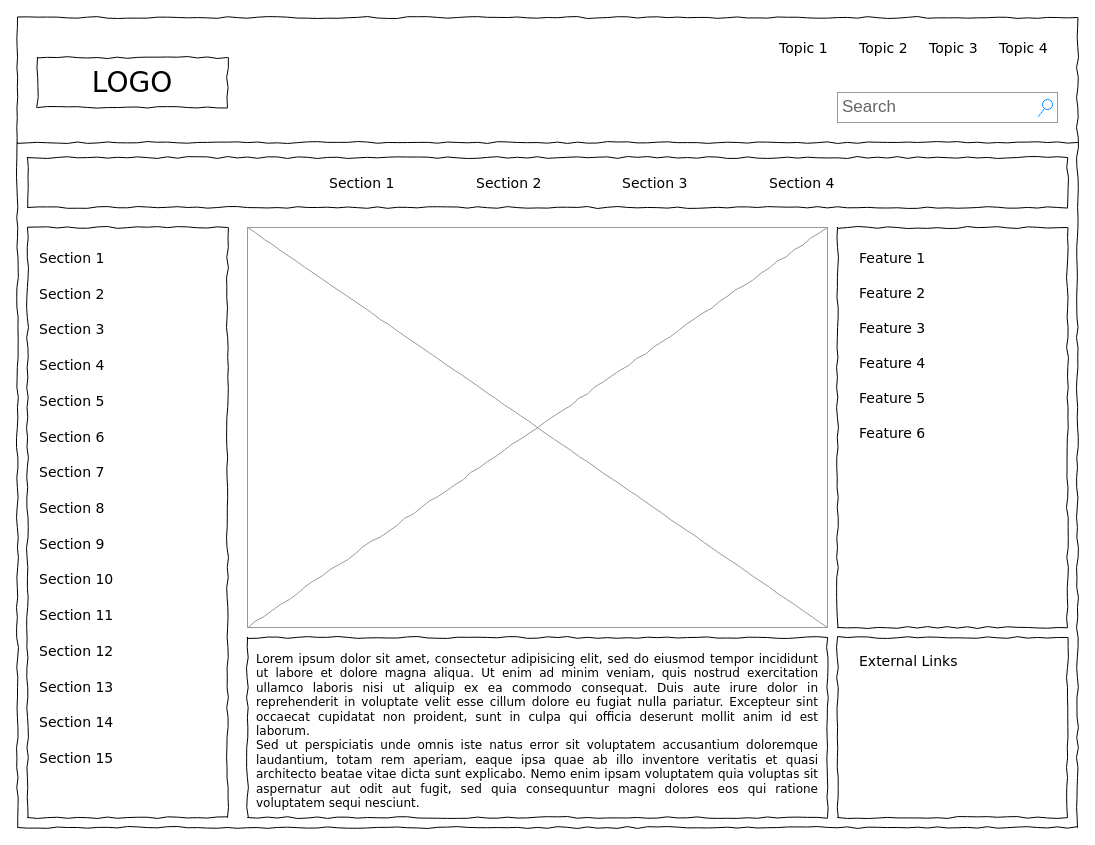
Before: Untitled Diagram.drawio in SolarianVulpine/dnd-funds-tracker, a draw.io diagram. Source tidied: cells renumbered, new cells numbered last; positions are measured from the earlier drawing's top-left corner, leaving out a move shared by most shapes. Both pictures are drawn from the tidied source at 100%, with x=0, y=0 at pixel (17, 17).
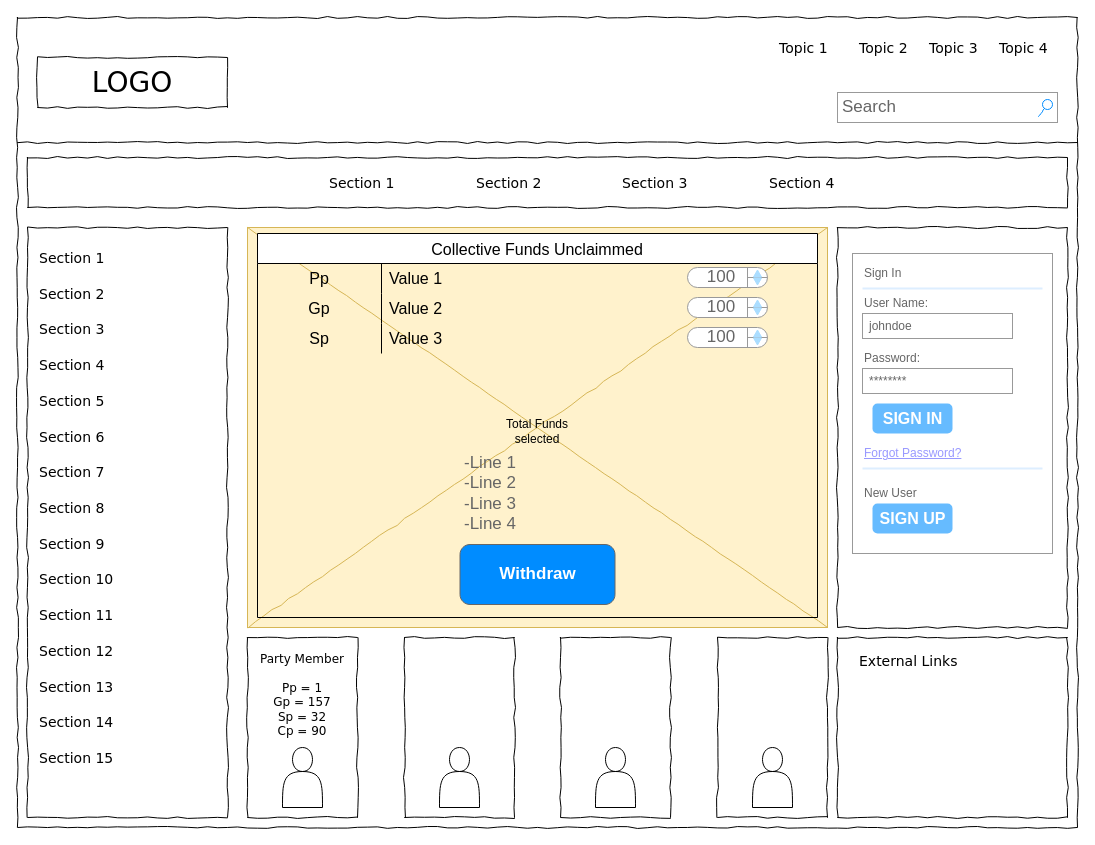
After the change.

The edit, as a diff of the source:
```diff
@@
-    <mxCell id="16" value="&lt;div style=&quot;text-align: justify&quot;&gt;&lt;span&gt;Lorem ipsum dolor sit amet, consectetur adipisicing elit, sed do eiusmod tempor incididunt ut labore et dolore magna aliqua. Ut enim ad minim veniam, quis nostrud exercitation ullamco laboris nisi ut aliquip ex ea commodo consequat. Duis aute irure dolor in reprehenderit in voluptate velit esse cillum dolore eu fugiat nulla pariatur. Excepteur sint occaecat cupidatat non proident, sunt in culpa qui officia deserunt mollit anim id est laborum.&lt;/span&gt;&lt;/div&gt;&lt;div style=&quot;text-align: justify&quot;&gt;&lt;span&gt;Sed ut perspiciatis unde omnis iste natus error sit voluptatem accusantium doloremque laudantium, totam rem aperiam, eaque ipsa quae ab illo inventore veritatis et quasi architecto beatae vitae dicta sunt explicabo. Nemo enim ipsam voluptatem quia voluptas sit aspernatur aut odit aut fugit, sed quia consequuntur magni dolores eos qui ratione voluptatem sequi nesciunt.&amp;nbsp;&lt;/span&gt;&lt;/div&gt;" style="whiteSpace=wrap;html=1;rounded=0;shadow=0;labelBackgroundColor=none;strokeWidth=1;fillColor=none;fontFamily=Verdana;fontSize=12;align=center;verticalAlign=top;spacing=10;comic=1;" parent="1" vertex="1">
-      <mxGeometry x="230" y="620" width="580" height="180" as="geometry" />
-    </mxCell>
-    <mxCell id="17" style="verticalLabelPosition=bottom;shadow=0;dashed=0;align=center;html=1;verticalAlign=top;strokeWidth=1;shape=mxgraph.mockup.graphics.simpleIcon;strokeColor=#999999;rounded=0;labelBackgroundColor=none;fontFamily=Verdana;fontSize=14;fontColor=#000000;comic=1;" parent="1" vertex="1">
+    <mxCell id="17" style="verticalLabelPosition=bottom;shadow=0;dashed=0;align=center;html=1;verticalAlign=top;strokeWidth=1;shape=mxgraph.mockup.graphics.simpleIcon;strokeColor=#d6b656;rounded=0;labelBackgroundColor=none;fontFamily=Verdana;fontSize=14;comic=1;fillColor=#fff2cc;" parent="1" vertex="1">
       <mxGeometry x="230" y="210" width="580" height="400" as="geometry" />
     </mxCell>
@@
-    <mxCell id="36" value="Feature 1" style="text;html=1;align=left;verticalAlign=top;spacingTop=-4;fontSize=14;fontFamily=Verdana;" parent="1" vertex="1">
-      <mxGeometry x="840" y="230" width="170" height="20" as="geometry" />
-    </mxCell>
-    <mxCell id="37" value="Feature 2" style="text;html=1;align=left;verticalAlign=top;spacingTop=-4;fontSize=14;fontFamily=Verdana;" parent="1" vertex="1">
-      <mxGeometry x="840" y="265" width="170" height="20" as="geometry" />
-    </mxCell>
-    <mxCell id="38" value="Feature 3" style="text;html=1;align=left;verticalAlign=top;spacingTop=-4;fontSize=14;fontFamily=Verdana;" parent="1" vertex="1">
-      <mxGeometry x="840" y="300" width="170" height="20" as="geometry" />
-    </mxCell>
-    <mxCell id="39" value="Feature 4" style="text;html=1;align=left;verticalAlign=top;spacingTop=-4;fontSize=14;fontFamily=Verdana;" parent="1" vertex="1">
-      <mxGeometry x="840" y="335" width="170" height="20" as="geometry" />
-    </mxCell>
-    <mxCell id="40" value="Feature 5" style="text;html=1;align=left;verticalAlign=top;spacingTop=-4;fontSize=14;fontFamily=Verdana;" parent="1" vertex="1">
-      <mxGeometry x="840" y="370" width="170" height="20" as="geometry" />
-    </mxCell>
-    <mxCell id="41" value="Feature 6" style="text;html=1;align=left;verticalAlign=top;spacingTop=-4;fontSize=14;fontFamily=Verdana;" parent="1" vertex="1">
-      <mxGeometry x="840" y="405" width="170" height="20" as="geometry" />
-    </mxCell>
+    <mxCell id="42" style="group;" parent="1" vertex="1">
+      <mxGeometry x="700" y="620" width="110" height="180" as="geometry" />
+    </mxCell>
+    <mxCell id="43" style="whiteSpace=wrap;html=1;rounded=0;shadow=0;labelBackgroundColor=none;strokeWidth=1;fillColor=none;fontFamily=Verdana;fontSize=12;align=center;verticalAlign=top;spacing=10;comic=1;" parent="42" vertex="1">
+      <mxGeometry width="110" height="180" as="geometry" />
+    </mxCell>
+    <mxCell id="44" style="shape=actor;whiteSpace=wrap;html=1;" parent="42" vertex="1">
+      <mxGeometry x="35" y="110" width="40" height="60" as="geometry" />
+    </mxCell>
+    <mxCell id="45" style="group;" parent="1" vertex="1">
+      <mxGeometry x="543" y="620" width="110" height="180" as="geometry" />
+    </mxCell>
+    <mxCell id="46" style="whiteSpace=wrap;html=1;rounded=0;shadow=0;labelBackgroundColor=none;strokeWidth=1;fillColor=none;fontFamily=Verdana;fontSize=12;align=center;verticalAlign=top;spacing=10;comic=1;" parent="45" vertex="1">
+      <mxGeometry width="110" height="180" as="geometry" />
+    </mxCell>
+    <mxCell id="47" style="shape=actor;whiteSpace=wrap;html=1;" parent="45" vertex="1">
+      <mxGeometry x="35" y="110" width="40" height="60" as="geometry" />
+    </mxCell>
+    <mxCell id="48" style="group;" parent="1" vertex="1">
+      <mxGeometry x="387" y="620" width="110" height="180" as="geometry" />
+    </mxCell>
+    <mxCell id="49" style="whiteSpace=wrap;html=1;rounded=0;shadow=0;labelBackgroundColor=none;strokeWidth=1;fillColor=none;fontFamily=Verdana;fontSize=12;align=center;verticalAlign=top;spacing=10;comic=1;" parent="48" vertex="1">
+      <mxGeometry width="110" height="180" as="geometry" />
+    </mxCell>
+    <mxCell id="50" style="shape=actor;whiteSpace=wrap;html=1;" parent="48" vertex="1">
+      <mxGeometry x="35" y="110" width="40" height="60" as="geometry" />
+    </mxCell>
+    <mxCell id="51" style="group;" parent="1" vertex="1">
+      <mxGeometry x="230" y="620" width="110" height="180" as="geometry" />
+    </mxCell>
+    <mxCell id="16" value="&lt;div&gt;Party Member&lt;/div&gt;&lt;div&gt;&lt;br&gt;&lt;/div&gt;&lt;div&gt;Pp = 1&lt;/div&gt;&lt;div&gt;Gp = 157&lt;/div&gt;&lt;div&gt;Sp = 32&lt;/div&gt;&lt;div&gt;Cp = 90&lt;/div&gt;" style="whiteSpace=wrap;html=1;rounded=0;shadow=0;labelBackgroundColor=none;strokeWidth=1;fillColor=none;fontFamily=Verdana;fontSize=12;align=center;verticalAlign=top;spacing=10;comic=1;" parent="51" vertex="1">
+      <mxGeometry width="110" height="180" as="geometry" />
+    </mxCell>
+    <mxCell id="52" style="shape=actor;whiteSpace=wrap;html=1;" parent="51" vertex="1">
+      <mxGeometry x="35" y="110" width="40" height="60" as="geometry" />
+    </mxCell>
+    <mxCell id="53" value="Collective Funds Unclaimmed" style="shape=table;startSize=30;childLayout=tableLayout;rowLines=0;fontStyle=0;strokeColor=default;fontSize=16;" parent="1" vertex="1">
+      <mxGeometry x="240" y="216" width="560" height="384" as="geometry" />
+    </mxCell>
+    <mxCell id="54" style="shape=tableRow;horizontal=0;startSize=0;swimlaneHead=0;swimlaneBody=0;top=0;left=0;bottom=0;right=0;fillColor=none;strokeColor=inherit;fontSize=16;" parent="53" vertex="1">
+      <mxGeometry y="30" width="560" height="30" as="geometry" />
+    </mxCell>
+    <mxCell id="55" value="Pp" style="shape=partialRectangle;html=1;whiteSpace=wrap;fillColor=none;top=0;left=0;bottom=0;right=0;overflow=hidden;strokeColor=inherit;fontSize=16;" parent="54" vertex="1">
+      <mxGeometry width="124" height="30" as="geometry" />
+    </mxCell>
+    <mxCell id="56" value="Value 1" style="shape=partialRectangle;html=1;whiteSpace=wrap;fillColor=none;top=0;left=0;bottom=0;right=0;align=left;spacingLeft=6;overflow=hidden;strokeColor=inherit;fontSize=16;" parent="54" vertex="1">
+      <mxGeometry x="124" width="436" height="30" as="geometry" />
+    </mxCell>
+    <mxCell id="57" style="shape=tableRow;horizontal=0;startSize=0;swimlaneHead=0;swimlaneBody=0;top=0;left=0;bottom=0;right=0;fillColor=none;strokeColor=inherit;fontSize=16;" parent="53" vertex="1">
+      <mxGeometry y="60" width="560" height="30" as="geometry" />
+    </mxCell>
+    <mxCell id="58" value="Gp" style="shape=partialRectangle;html=1;whiteSpace=wrap;fillColor=none;top=0;left=0;bottom=0;right=0;overflow=hidden;strokeColor=inherit;fontSize=16;" parent="57" vertex="1">
+      <mxGeometry width="124" height="30" as="geometry" />
+    </mxCell>
+    <mxCell id="59" value="Value 2" style="shape=partialRectangle;html=1;whiteSpace=wrap;fillColor=none;top=0;left=0;bottom=0;right=0;align=left;spacingLeft=6;overflow=hidden;strokeColor=inherit;fontSize=16;" parent="57" vertex="1">
+      <mxGeometry x="124" width="436" height="30" as="geometry" />
+    </mxCell>
+    <mxCell id="60" style="shape=tableRow;horizontal=0;startSize=0;swimlaneHead=0;swimlaneBody=0;top=0;left=0;bottom=0;right=0;fillColor=none;strokeColor=inherit;fontSize=16;" parent="53" vertex="1">
+      <mxGeometry y="90" width="560" height="30" as="geometry" />
+    </mxCell>
+    <mxCell id="61" value="Sp" style="shape=partialRectangle;html=1;whiteSpace=wrap;fillColor=none;top=0;left=0;bottom=0;right=0;overflow=hidden;strokeColor=inherit;fontSize=16;" parent="60" vertex="1">
+      <mxGeometry width="124" height="30" as="geometry" />
+    </mxCell>
+    <mxCell id="62" value="Value 3" style="shape=partialRectangle;html=1;whiteSpace=wrap;fillColor=none;top=0;left=0;bottom=0;right=0;align=left;spacingLeft=6;overflow=hidden;strokeColor=inherit;fontSize=16;" parent="60" vertex="1">
+      <mxGeometry x="124" width="436" height="30" as="geometry" />
+    </mxCell>
+    <mxCell id="63" value="&lt;table cellpadding=&quot;0&quot; cellspacing=&quot;0&quot; style=&quot;width:100%;height:100%;&quot;&gt;&lt;tr&gt;&lt;td style=&quot;width:85%&quot;&gt;100&lt;/td&gt;&lt;td style=&quot;width:15%&quot;&gt;&lt;/td&gt;&lt;/tr&gt;&lt;/table&gt;" style="strokeWidth=1;shadow=0;dashed=0;align=center;html=1;shape=mxgraph.mockup.forms.spinner;strokeColor=#999999;spinLayout=right;spinStyle=normal;adjStyle=triangle;fillColor=#aaddff;fontSize=17;fontColor=#666666;mainText=;html=1;overflow=fill;" parent="1" vertex="1">
+      <mxGeometry x="670" y="250" width="80" height="20" as="geometry" />
+    </mxCell>
+    <mxCell id="64" value="&lt;table cellpadding=&quot;0&quot; cellspacing=&quot;0&quot; style=&quot;width:100%;height:100%;&quot;&gt;&lt;tr&gt;&lt;td style=&quot;width:85%&quot;&gt;100&lt;/td&gt;&lt;td style=&quot;width:15%&quot;&gt;&lt;/td&gt;&lt;/tr&gt;&lt;/table&gt;" style="strokeWidth=1;shadow=0;dashed=0;align=center;html=1;shape=mxgraph.mockup.forms.spinner;strokeColor=#999999;spinLayout=right;spinStyle=normal;adjStyle=triangle;fillColor=#aaddff;fontSize=17;fontColor=#666666;mainText=;html=1;overflow=fill;" parent="1" vertex="1">
+      <mxGeometry x="670" y="280" width="80" height="20" as="geometry" />
+    </mxCell>
+    <mxCell id="65" value="&lt;table cellpadding=&quot;0&quot; cellspacing=&quot;0&quot; style=&quot;width:100%;height:100%;&quot;&gt;&lt;tr&gt;&lt;td style=&quot;width:85%&quot;&gt;100&lt;/td&gt;&lt;td style=&quot;width:15%&quot;&gt;&lt;/td&gt;&lt;/tr&gt;&lt;/table&gt;" style="strokeWidth=1;shadow=0;dashed=0;align=center;html=1;shape=mxgraph.mockup.forms.spinner;strokeColor=#999999;spinLayout=right;spinStyle=normal;adjStyle=triangle;fillColor=#aaddff;fontSize=17;fontColor=#666666;mainText=;html=1;overflow=fill;" parent="1" vertex="1">
+      <mxGeometry x="670" y="310" width="80" height="20" as="geometry" />
+    </mxCell>
+    <mxCell id="66" value="Withdraw" style="strokeWidth=1;shadow=0;dashed=0;align=center;html=1;shape=mxgraph.mockup.buttons.button;strokeColor=#666666;fontColor=#ffffff;mainText=;buttonStyle=round;fontSize=17;fontStyle=1;fillColor=#008cff;whiteSpace=wrap;" parent="1" vertex="1">
+      <mxGeometry x="442.5" y="527" width="155" height="60" as="geometry" />
+    </mxCell>
+    <mxCell id="67" value="Total Funds selected" style="text;html=1;whiteSpace=wrap;strokeColor=none;fillColor=none;align=center;verticalAlign=middle;rounded=0;" parent="1" vertex="1">
+      <mxGeometry x="475" y="399" width="90" height="30" as="geometry" />
+    </mxCell>
+    <mxCell id="68" value="-Line 1&#10;-Line 2&#10;-Line 3&#10;-Line 4" style="strokeWidth=1;shadow=0;dashed=0;align=center;html=1;shape=mxgraph.mockup.text.bulletedList;textColor=#666666;mainText=,,,,;textSize=17;bulletStyle=none;strokeColor=none;fillColor=none;align=left;verticalAlign=top;fontSize=17;fontColor=#666666;" parent="1" vertex="1">
+      <mxGeometry x="445" y="429" width="150" height="91" as="geometry" />
+    </mxCell>
+    <mxCell id="69" style="strokeWidth=1;shadow=0;dashed=0;align=center;html=1;shape=mxgraph.mockup.forms.rrect;rSize=0;strokeColor=#999999;fillColor=#ffffff;" parent="1" vertex="1">
+      <mxGeometry x="835" y="236" width="200" height="300" as="geometry" />
+    </mxCell>
+    <mxCell id="70" value="Sign In" style="strokeWidth=1;shadow=0;dashed=0;align=center;html=1;shape=mxgraph.mockup.forms.anchor;fontSize=12;fontColor=#666666;align=left;spacingLeft=0;" parent="69" vertex="1">
+      <mxGeometry width="100" height="20" relative="1" as="geometry">
+        <mxPoint x="10" y="10" as="offset" />
+      </mxGeometry>
+    </mxCell>
+    <mxCell id="71" style="shape=line;strokeColor=#ddeeff;strokeWidth=2;html=1;" parent="69" vertex="1">
+      <mxGeometry width="180" height="10" relative="1" as="geometry">
+        <mxPoint x="10" y="30" as="offset" />
+      </mxGeometry>
+    </mxCell>
+    <mxCell id="72" value="User Name:" style="strokeWidth=1;shadow=0;dashed=0;align=center;html=1;shape=mxgraph.mockup.forms.anchor;fontSize=12;fontColor=#666666;align=left;spacingLeft=0;" parent="69" vertex="1">
+      <mxGeometry width="100" height="20" relative="1" as="geometry">
+        <mxPoint x="10" y="40" as="offset" />
+      </mxGeometry>
+    </mxCell>
+    <mxCell id="73" value="johndoe" style="strokeWidth=1;shadow=0;dashed=0;align=center;html=1;shape=mxgraph.mockup.forms.rrect;rSize=0;strokeColor=#999999;fontColor=#666666;align=left;spacingLeft=5;" parent="69" vertex="1">
+      <mxGeometry width="150" height="25" relative="1" as="geometry">
+        <mxPoint x="10" y="60" as="offset" />
+      </mxGeometry>
+    </mxCell>
+    <mxCell id="74" value="Password:" style="strokeWidth=1;shadow=0;dashed=0;align=center;html=1;shape=mxgraph.mockup.forms.anchor;fontSize=12;fontColor=#666666;align=left;spacingLeft=0;" parent="69" vertex="1">
+      <mxGeometry width="100" height="20" relative="1" as="geometry">
+        <mxPoint x="10" y="95" as="offset" />
+      </mxGeometry>
+    </mxCell>
+    <mxCell id="75" value="********" style="strokeWidth=1;shadow=0;dashed=0;align=center;html=1;shape=mxgraph.mockup.forms.rrect;rSize=0;strokeColor=#999999;fontColor=#666666;align=left;spacingLeft=5;" parent="69" vertex="1">
+      <mxGeometry width="150" height="25" relative="1" as="geometry">
+        <mxPoint x="10" y="115" as="offset" />
+      </mxGeometry>
+    </mxCell>
+    <mxCell id="76" value="SIGN IN" style="strokeWidth=1;shadow=0;dashed=0;align=center;html=1;shape=mxgraph.mockup.forms.rrect;rSize=5;strokeColor=none;fontColor=#ffffff;fillColor=#66bbff;fontSize=16;fontStyle=1;" parent="69" vertex="1">
+      <mxGeometry y="1" width="80" height="30" relative="1" as="geometry">
+        <mxPoint x="20" y="-150" as="offset" />
+      </mxGeometry>
+    </mxCell>
+    <mxCell id="77" value="Forgot Password?" style="strokeWidth=1;shadow=0;dashed=0;align=center;html=1;shape=mxgraph.mockup.forms.anchor;fontSize=12;fontColor=#9999ff;align=left;spacingLeft=0;fontStyle=4;" parent="69" vertex="1">
+      <mxGeometry y="1" width="150" height="20" relative="1" as="geometry">
+        <mxPoint x="10" y="-110" as="offset" />
+      </mxGeometry>
+    </mxCell>
+    <mxCell id="78" style="shape=line;strokeColor=#ddeeff;strokeWidth=2;html=1;" parent="69" vertex="1">
+      <mxGeometry y="1" width="180" height="10" relative="1" as="geometry">
+        <mxPoint x="10" y="-90" as="offset" />
+      </mxGeometry>
+    </mxCell>
+    <mxCell id="79" value="New User" style="strokeWidth=1;shadow=0;dashed=0;align=center;html=1;shape=mxgraph.mockup.forms.anchor;fontSize=12;fontColor=#666666;align=left;spacingLeft=0;" parent="69" vertex="1">
+      <mxGeometry y="1" width="150" height="20" relative="1" as="geometry">
+        <mxPoint x="10" y="-70" as="offset" />
+      </mxGeometry>
+    </mxCell>
+    <mxCell id="80" value="SIGN UP" style="strokeWidth=1;shadow=0;dashed=0;align=center;html=1;shape=mxgraph.mockup.forms.rrect;rSize=5;strokeColor=none;fontColor=#ffffff;fillColor=#66bbff;fontSize=16;fontStyle=1;" parent="69" vertex="1">
+      <mxGeometry y="1" width="80" height="30" relative="1" as="geometry">
+        <mxPoint x="20" y="-50" as="offset" />
+      </mxGeometry>
+    </mxCell>
```
